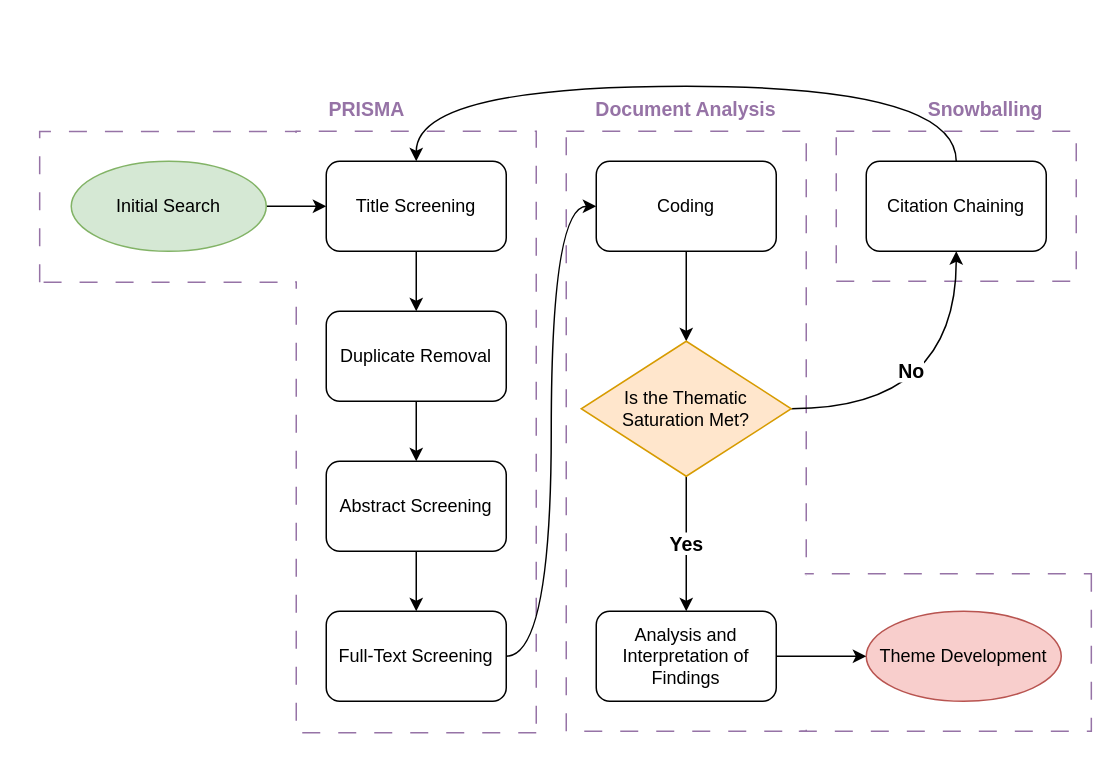
Before: Diagrams/Mixed Methodology.drawio in HooradAboo/I-CLAIM, a draw.io diagram. Source tidied: cells renumbered, new cells numbered last; positions are measured from the earlier drawing's top-left corner, leaving out a move shared by most shapes. Both pictures are drawn from the tidied source at 150%, with x=0, y=0 at pixel (26, 70).
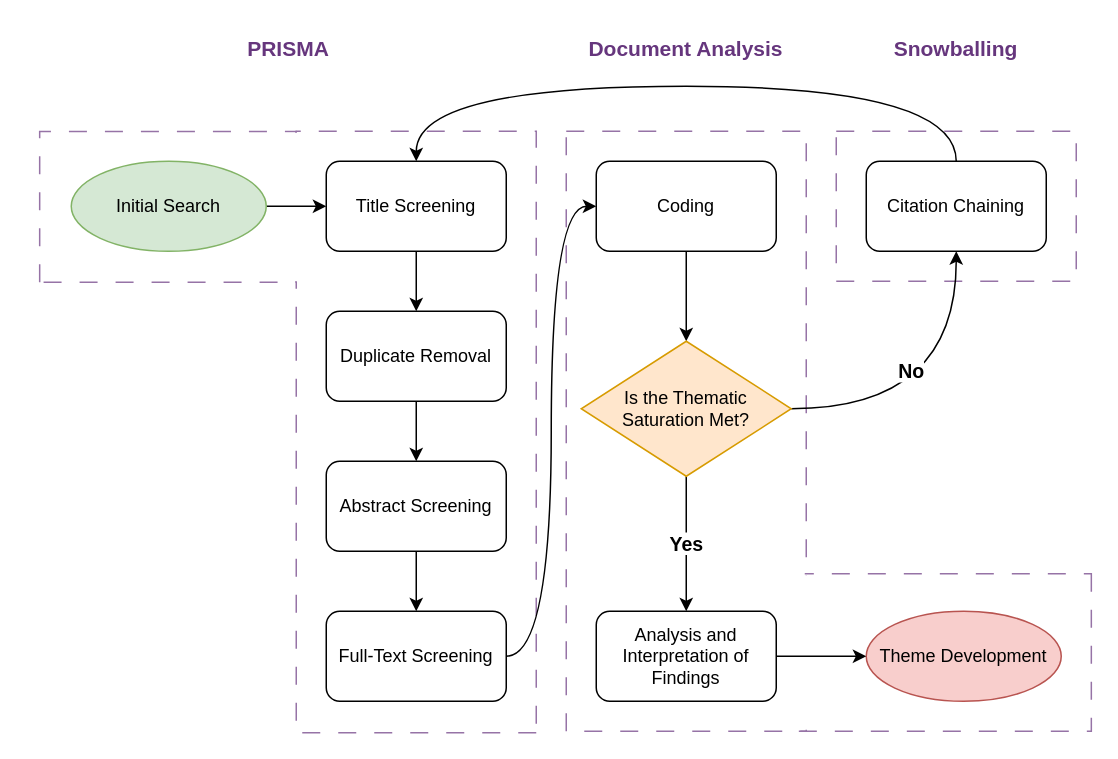
Above is the later version.

Diff of the diagram source:
```diff
@@
-    <mxCell id="33" value="&lt;b&gt;PRISMA&lt;/b&gt;" style="text;html=1;align=left;verticalAlign=middle;whiteSpace=wrap;rounded=0;fontColor=#9673A6;fontSize=13;" parent="1" vertex="1">
-      <mxGeometry x="200" y="10" width="60" height="30" as="geometry" />
+    <mxCell id="33" value="&lt;b&gt;PRISMA&lt;/b&gt;" style="text;html=1;align=center;verticalAlign=middle;whiteSpace=wrap;rounded=0;fontColor=light-dark(#66367d, #9577a3);fontSize=14;" parent="1" vertex="1">
+      <mxGeometry x="145" y="-30" width="60" height="30" as="geometry" />
     </mxCell>
-    <mxCell id="34" value="&lt;b&gt;Snowballing&lt;/b&gt;" style="text;html=1;align=right;verticalAlign=middle;whiteSpace=wrap;rounded=0;fontColor=#9673A6;fontSize=13;" parent="1" vertex="1">
-      <mxGeometry x="580" y="10" width="100" height="30" as="geometry" />
+    <mxCell id="34" value="&lt;b&gt;Snowballing&lt;/b&gt;" style="text;html=1;align=center;verticalAlign=middle;whiteSpace=wrap;rounded=0;fontColor=light-dark(#66367d, #9577a3);fontSize=14;" parent="1" vertex="1">
+      <mxGeometry x="570" y="-30" width="100" height="30" as="geometry" />
     </mxCell>
-    <mxCell id="35" value="&lt;b&gt;Document Analysis&lt;/b&gt;" style="text;html=1;align=center;verticalAlign=middle;whiteSpace=wrap;rounded=0;fontColor=#9673A6;fontSize=13;" parent="1" vertex="1">
-      <mxGeometry x="370" y="10" width="140" height="30" as="geometry" />
+    <mxCell id="35" value="&lt;b&gt;Document Analysis&lt;/b&gt;" style="text;html=1;align=center;verticalAlign=middle;whiteSpace=wrap;rounded=0;fontColor=light-dark(#66367d, #9577a3);fontSize=14;" parent="1" vertex="1">
+      <mxGeometry x="370" y="-30" width="140" height="30" as="geometry" />
     </mxCell>
```
